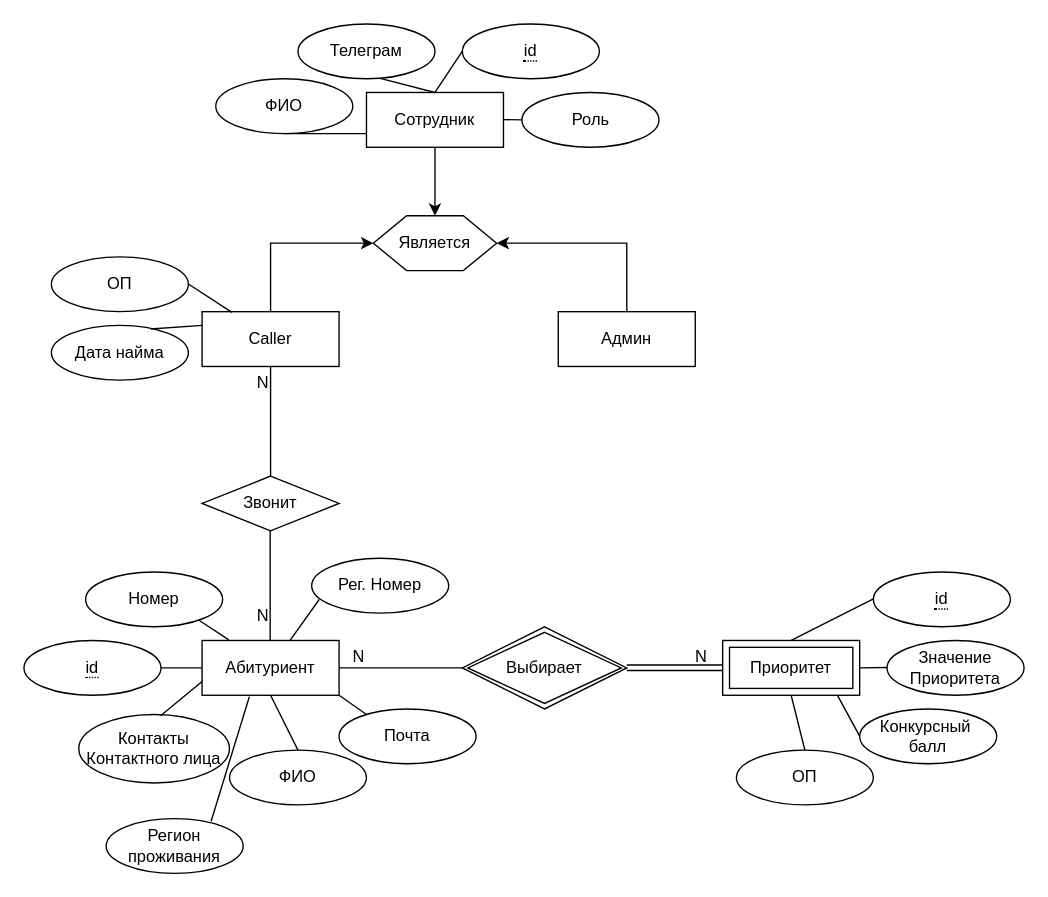
DmitriyShalashov/Diagrams keeps this draw.io diagram as Предварительная схема БД.drawio. Above is the earlier version. Source tidied: cells renumbered, new cells numbered last; positions are measured from the earlier drawing's top-left corner, leaving out a move shared by most shapes. Both pictures are drawn from the tidied source at 137%, with x=0, y=0 at pixel (23, 23).
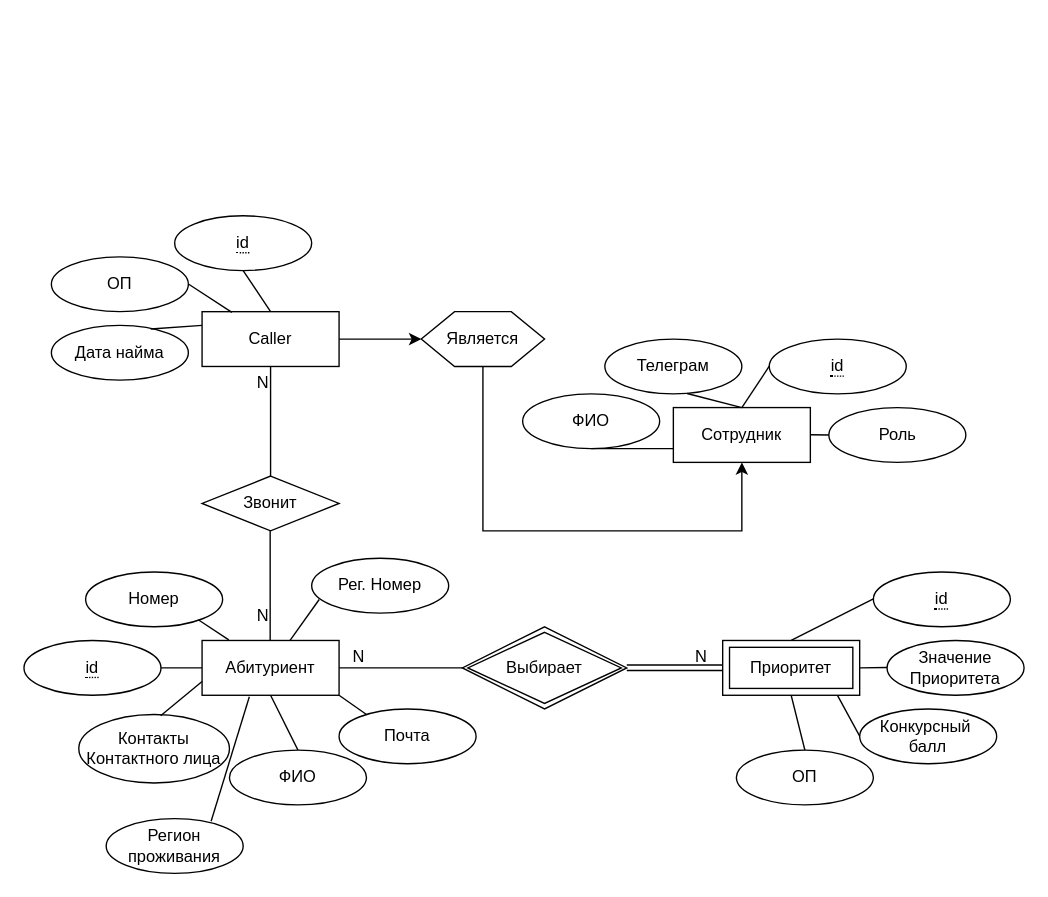
Above is the later version.

Unchanged cells that the change refers to:
```xml
<mxCell id="12" value="Caller" style="whiteSpace=wrap;html=1;align=center;" parent="1" vertex="1">
  <mxGeometry x="130" y="210" width="100" height="40" as="geometry" />
</mxCell>
```

Diff of the diagram source:
```diff
@@
+    <mxCell id="36" style="verticalLabelPosition=bottom;verticalAlign=top;html=1;shape=hexagon;perimeter=hexagonPerimeter2;arcSize=6;size=0.27;" parent="1" vertex="1">
+      <mxGeometry x="290" y="210" width="90" height="40" as="geometry" />
+    </mxCell>
@@
-    <mxCell id="9" style="edgeStyle=orthogonalEdgeStyle;rounded=0;jettySize=auto;html=1;entryX=1;entryY=0.5;entryDx=0;entryDy=0;exitX=0.5;exitY=0;exitDx=0;exitDy=0;" parent="1" edge="1" source="10" target="36">
-      <mxGeometry relative="1" as="geometry" />
-    </mxCell>
-    <mxCell id="10" value="Админ" style="whiteSpace=wrap;html=1;align=center;" parent="1" vertex="1">
-      <mxGeometry x="390" y="210" width="100" height="40" as="geometry" />
-    </mxCell>
-    <mxCell id="11" style="edgeStyle=orthogonalEdgeStyle;rounded=0;jettySize=auto;html=1;exitX=0.5;exitY=0;exitDx=0;exitDy=0;entryX=0;entryY=0.5;entryDx=0;entryDy=0;" parent="1" edge="1" source="12" target="36">
+    <mxCell id="11" style="edgeStyle=orthogonalEdgeStyle;rounded=0;jettySize=auto;html=1;exitX=1;exitY=0.5;exitDx=0;exitDy=0;entryX=0;entryY=0.5;entryDx=0;entryDy=0;" parent="1" edge="1" source="12" target="36">
       <mxGeometry relative="1" as="geometry" />
     </mxCell>
@@
     <mxCell id="17" value="ФИО" style="ellipse;whiteSpace=wrap;html=1;align=center;" parent="1" vertex="1">
-      <mxGeometry x="140" y="40" width="100" height="40" as="geometry" />
+      <mxGeometry x="364" y="270" width="100" height="40" as="geometry" />
     </mxCell>
@@
     <mxCell id="28" value="Телеграм" style="ellipse;whiteSpace=wrap;html=1;align=center;" parent="1" vertex="1">
-      <mxGeometry x="200" width="100" height="40" as="geometry" />
+      <mxGeometry x="424" y="230" width="100" height="40" as="geometry" />
     </mxCell>
     <mxCell id="29" value="Роль" style="ellipse;whiteSpace=wrap;html=1;align=center;" parent="1" vertex="1">
-      <mxGeometry x="363.5" y="50" width="100" height="40" as="geometry" />
+      <mxGeometry x="587.5" y="280" width="100" height="40" as="geometry" />
     </mxCell>
@@
     <mxCell id="32" value="&lt;span style=&quot;border-bottom: 1px dotted&quot;&gt;id&lt;/span&gt;" style="ellipse;whiteSpace=wrap;html=1;align=center;" parent="1" vertex="1">
-      <mxGeometry x="320" width="100" height="40" as="geometry" />
+      <mxGeometry x="544" y="230" width="100" height="40" as="geometry" />
     </mxCell>
-    <mxCell id="33" style="edgeStyle=orthogonalEdgeStyle;rounded=0;jettySize=auto;html=1;entryX=0.5;entryY=0;entryDx=0;entryDy=0;" parent="1" edge="1" source="34" target="36">
-      <mxGeometry relative="1" as="geometry" />
+    <mxCell id="33" style="edgeStyle=orthogonalEdgeStyle;rounded=0;jettySize=auto;html=1;endArrow=none;endFill=0;startArrow=classic;startFill=1;entryX=0.5;entryY=1;entryDx=0;entryDy=0;" parent="1" edge="1" source="34" target="36">
+      <mxGeometry relative="1" as="geometry">
+        <Array as="points">
+          <mxPoint x="524" y="370" />
+          <mxPoint x="335" y="370" />
+        </Array>
+      </mxGeometry>
     </mxCell>
     <mxCell id="34" value="Сотрудник" style="whiteSpace=wrap;html=1;align=center;" parent="1" vertex="1">
-      <mxGeometry x="250" y="50" width="100" height="40" as="geometry" />
+      <mxGeometry x="474" y="280" width="100" height="40" as="geometry" />
     </mxCell>
     <mxCell id="35" style="group;" parent="1" vertex="1">
-      <mxGeometry x="255" y="140" width="90" height="40" as="geometry" />
+      <mxGeometry x="290" y="210" width="90" height="40" as="geometry" />
     </mxCell>
-    <mxCell id="36" style="verticalLabelPosition=bottom;verticalAlign=top;html=1;shape=hexagon;perimeter=hexagonPerimeter2;arcSize=6;size=0.27;" parent="35" vertex="1">
-      <mxGeometry width="90" height="40" as="geometry" />
-    </mxCell>
@@
-    <mxCell id="38" style="edgeStyle=orthogonalEdgeStyle;rounded=0;orthogonalLoop=1;jettySize=auto;html=1;exitX=0;exitY=0.75;exitDx=0;exitDy=0;entryX=0;entryY=0.75;entryDx=0;entryDy=0;" parent="35" edge="1" source="36" target="36">
-      <mxGeometry relative="1" as="geometry" />
-    </mxCell>
@@
     <mxCell id="50" style="endArrow=none;html=1;rounded=0;entryX=1;entryY=0.5;entryDx=0;entryDy=0;exitX=0;exitY=0.75;exitDx=0;exitDy=0;" parent="1" edge="1" source="34">
       <mxGeometry relative="1" as="geometry">
-        <mxPoint x="190" y="80" as="targetPoint" />
+        <mxPoint x="414" y="310" as="targetPoint" />
       </mxGeometry>
     </mxCell>
     <mxCell id="51" style="endArrow=none;html=1;rounded=0;entryX=1;entryY=0.5;entryDx=0;entryDy=0;exitX=0.5;exitY=0;exitDx=0;exitDy=0;" parent="1" edge="1" source="34">
       <mxGeometry relative="1" as="geometry">
-        <mxPoint x="260" y="39.7" as="targetPoint" />
+        <mxPoint x="484" y="269.7" as="targetPoint" />
       </mxGeometry>
     </mxCell>
     <mxCell id="52" style="endArrow=none;html=1;rounded=0;entryX=0.5;entryY=0;entryDx=0;entryDy=0;exitX=0;exitY=0.75;exitDx=0;exitDy=0;" parent="1" edge="1" target="34">
       <mxGeometry relative="1" as="geometry">
-        <mxPoint x="320" y="19.8" as="sourcePoint" />
+        <mxPoint x="544" y="249.8" as="sourcePoint" />
       </mxGeometry>
     </mxCell>
     <mxCell id="53" style="endArrow=none;html=1;rounded=0;entryX=1;entryY=0.5;entryDx=0;entryDy=0;exitX=0;exitY=0.5;exitDx=0;exitDy=0;" parent="1" edge="1" source="29">
       <mxGeometry relative="1" as="geometry">
-        <mxPoint x="350" y="69.8" as="targetPoint" />
+        <mxPoint x="574" y="299.8" as="targetPoint" />
       </mxGeometry>
     </mxCell>
@@
+    <mxCell id="38" style="edgeStyle=orthogonalEdgeStyle;rounded=0;orthogonalLoop=1;jettySize=auto;html=1;exitX=0;exitY=0.75;exitDx=0;exitDy=0;entryX=0;entryY=0.75;entryDx=0;entryDy=0;" parent="1" edge="1" source="36" target="36">
+      <mxGeometry relative="1" as="geometry" />
+    </mxCell>
+    <mxCell id="58" value="&lt;span style=&quot;border-bottom: 1px dotted&quot;&gt;id&lt;/span&gt;" style="ellipse;whiteSpace=wrap;html=1;align=center;" parent="1" vertex="1">
+      <mxGeometry x="110" y="140" width="100" height="40" as="geometry" />
+    </mxCell>
+    <mxCell id="59" style="endArrow=none;html=1;rounded=0;entryX=0.5;entryY=1;entryDx=0;entryDy=0;exitX=0.5;exitY=0;exitDx=0;exitDy=0;" parent="1" edge="1" source="12" target="58">
+      <mxGeometry relative="1" as="geometry" />
+    </mxCell>
```
